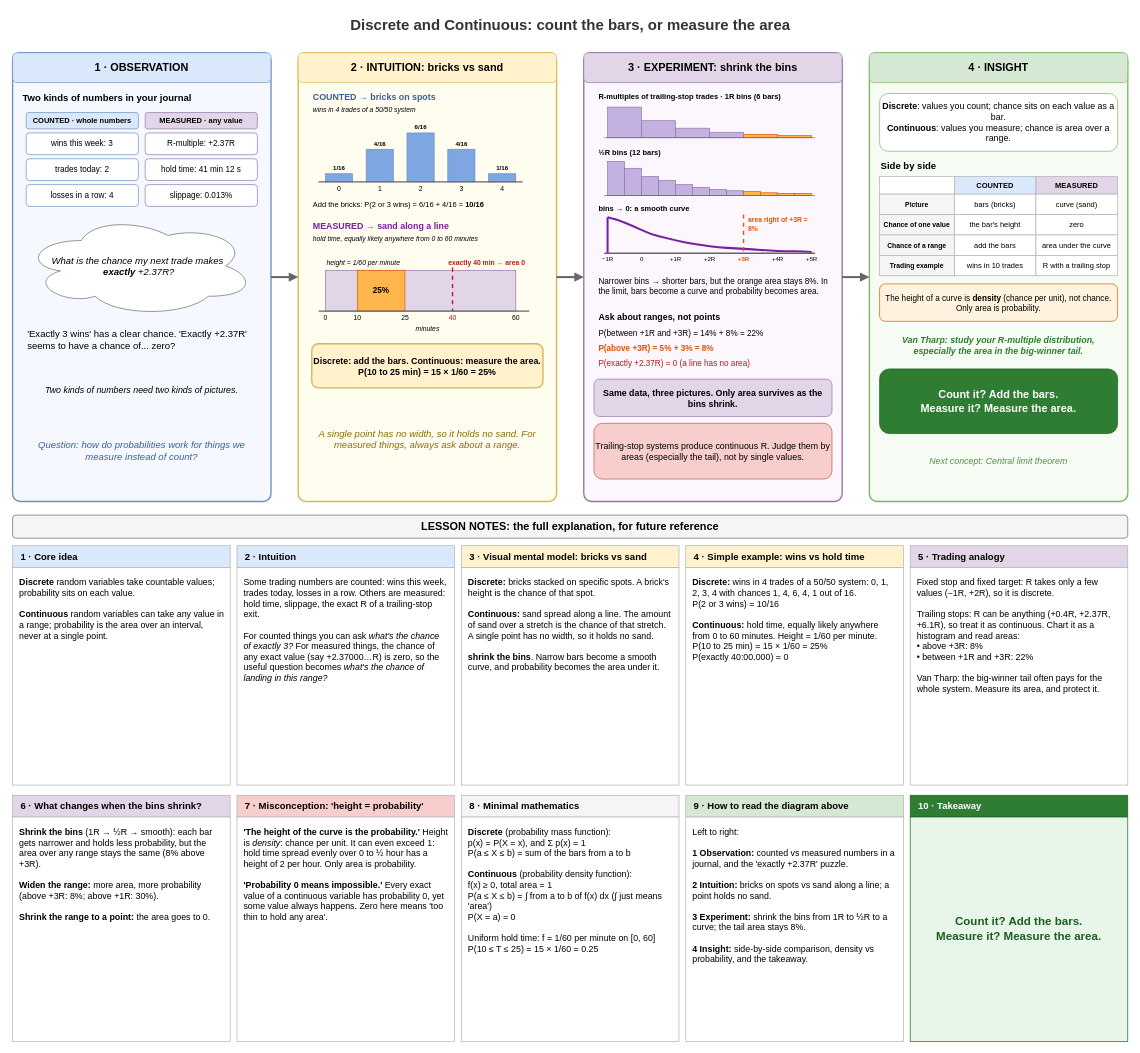
Earlier version of the draw.io diagram page "02 Discrete and Continuous" (2 of 3) of seeing-theory/03-probability-distributions.drawio (raj-champaneriya-ibm/continuous-learning). Source tidied: cells renumbered, new cells numbered last; positions are measured from the earlier drawing's top-left corner, leaving out a move shared by most shapes. Both pictures are drawn from the tidied source at 68%, with x=0, y=0 at pixel (12, 12).
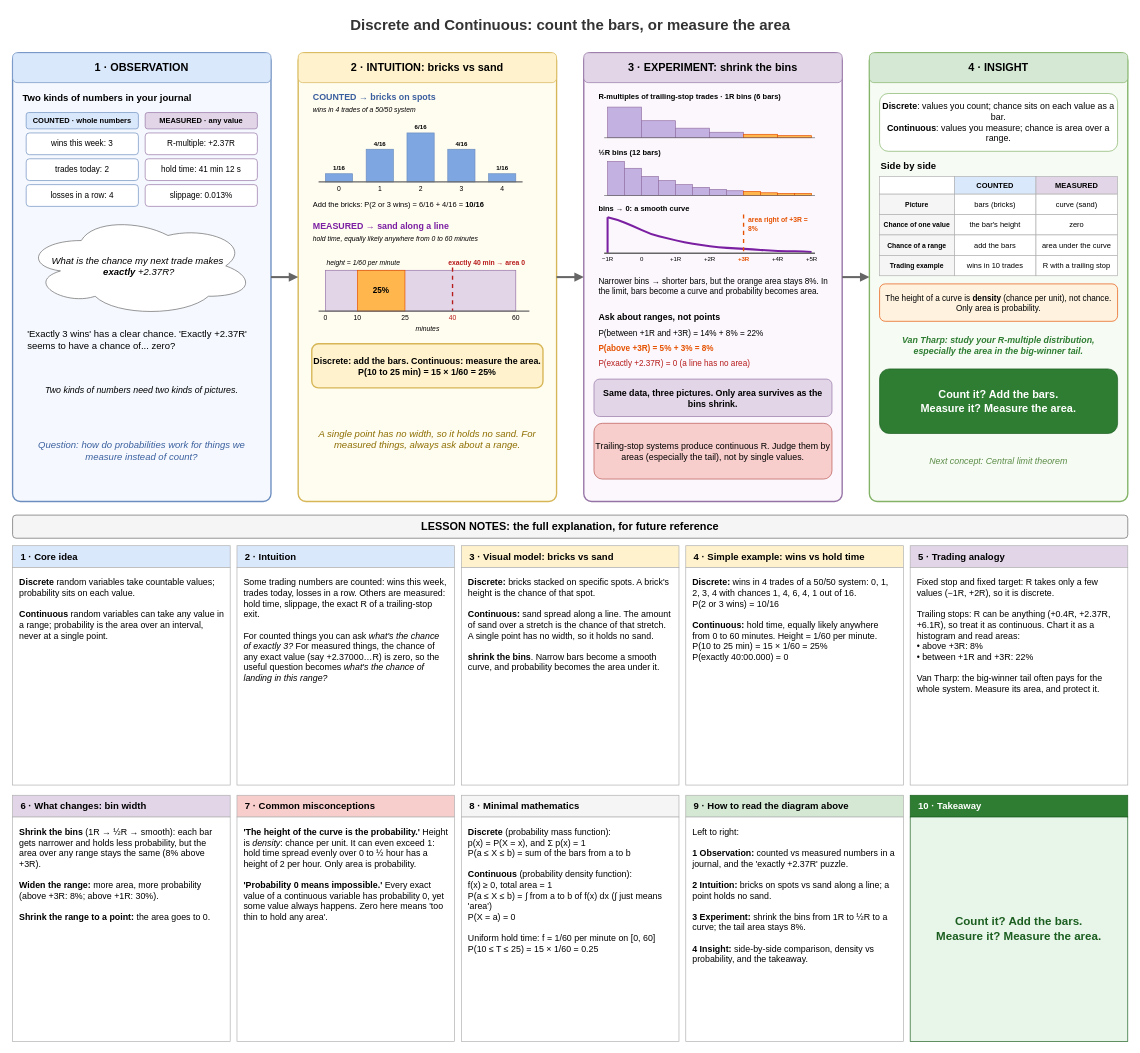
The same page after the edit.

The edit, as a diff of the source:
```diff
@@
-    <mxCell id="130" value="3 · Visual mental model: bricks vs sand" style="rounded=0;whiteSpace=wrap;html=1;fillColor=#fff2cc;strokeColor=#B0B0B0;align=left;spacingLeft=10;fontSize=14;fontStyle=1;" parent="1" vertex="1">
+    <mxCell id="130" value="3 · Visual model: bricks vs sand" style="rounded=0;whiteSpace=wrap;html=1;fillColor=#fff2cc;strokeColor=#B0B0B0;align=left;spacingLeft=10;fontSize=14;fontStyle=1;" parent="1" vertex="1">
       <mxGeometry x="660" y="785" width="320" height="32" as="geometry" />
     </mxCell>
@@
-    <mxCell id="136" value="6 · What changes when the bins shrink?" style="rounded=0;whiteSpace=wrap;html=1;fillColor=#e1d5e7;strokeColor=#B0B0B0;align=left;spacingLeft=10;fontSize=14;fontStyle=1;" parent="1" vertex="1">
+    <mxCell id="136" value="6 · What changes: bin width" style="rounded=0;whiteSpace=wrap;html=1;fillColor=#e1d5e7;strokeColor=#B0B0B0;align=left;spacingLeft=10;fontSize=14;fontStyle=1;" parent="1" vertex="1">
       <mxGeometry y="1152" width="320" height="32" as="geometry" />
     </mxCell>
@@
-    <mxCell id="138" value="7 · Misconception: 'height = probability'" style="rounded=0;whiteSpace=wrap;html=1;fillColor=#f8cecc;strokeColor=#B0B0B0;align=left;spacingLeft=10;fontSize=14;fontStyle=1;" parent="1" vertex="1">
+    <mxCell id="138" value="7 · Common misconceptions" style="rounded=0;whiteSpace=wrap;html=1;fillColor=#f8cecc;strokeColor=#B0B0B0;align=left;spacingLeft=10;fontSize=14;fontStyle=1;" parent="1" vertex="1">
       <mxGeometry x="330" y="1152" width="320" height="32" as="geometry" />
     </mxCell>
```
